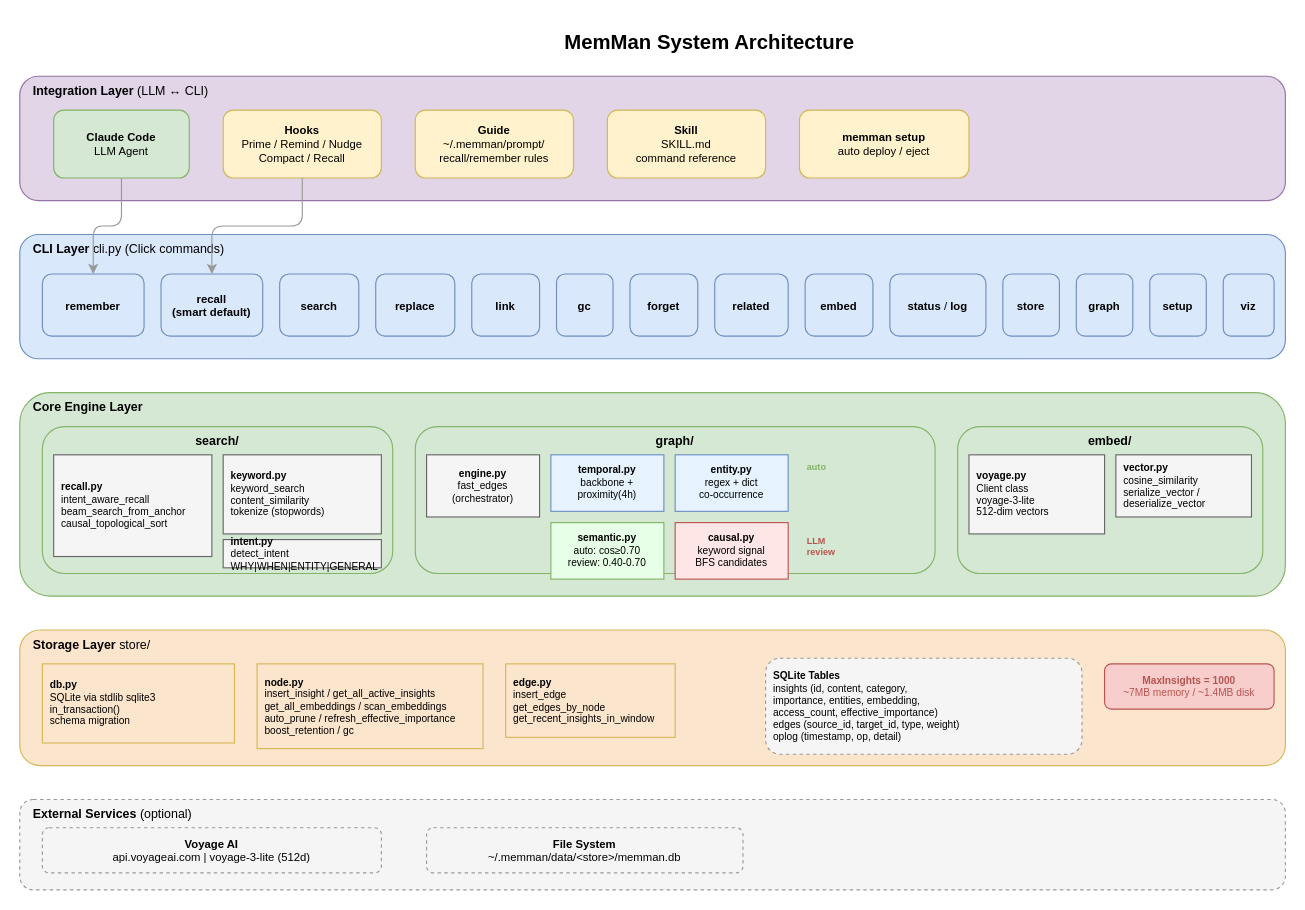
Before: docs/diagrams/01-system-architecture.drawio in bissli/memman, a draw.io diagram. Source tidied: cells renumbered, new cells numbered last; positions are measured from the earlier drawing's top-left corner, leaving out a move shared by most shapes. Both pictures are drawn from the tidied source at 113%, with x=0, y=0 at pixel (19, 19).
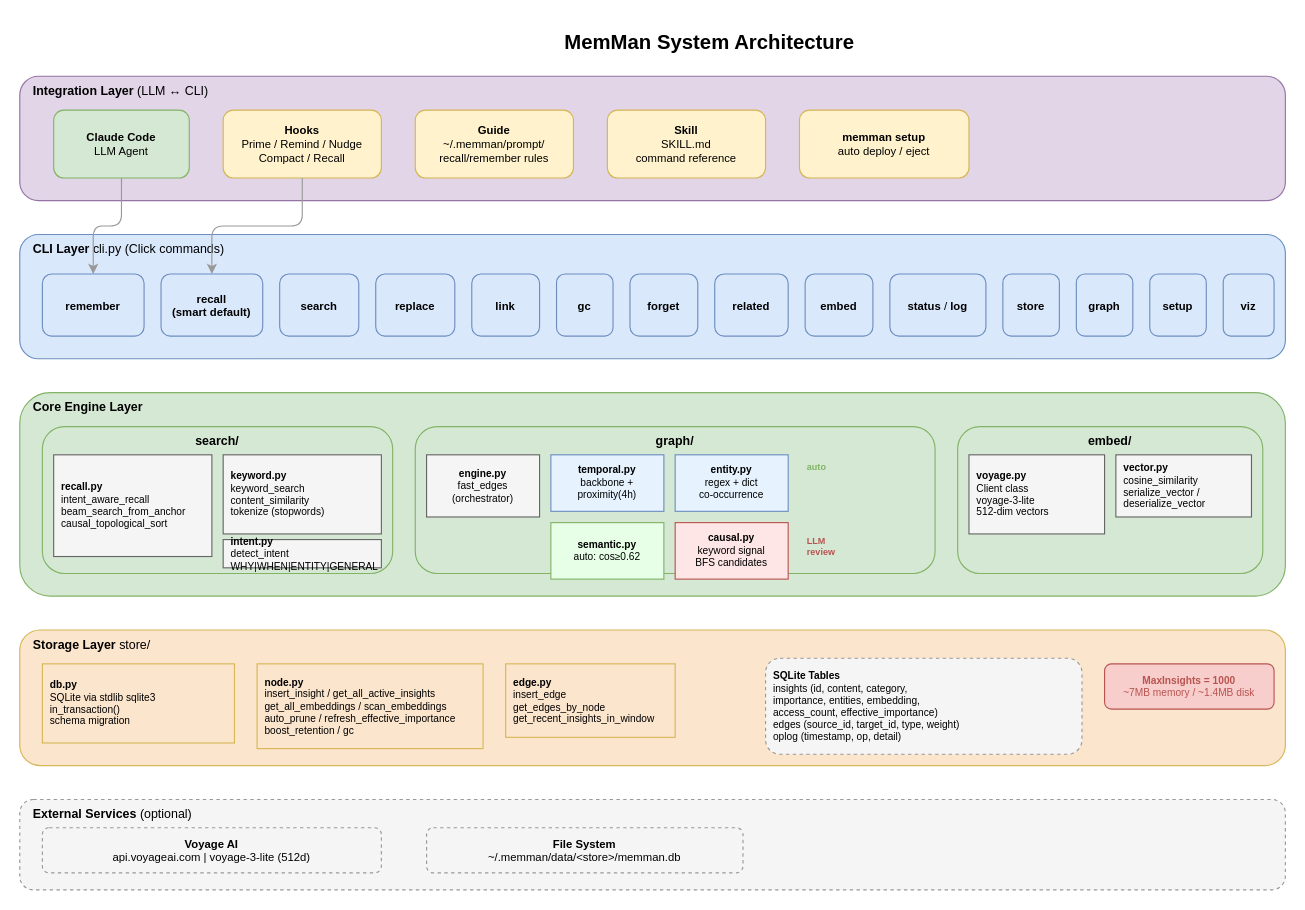
The same page after the edit.

What changed in the source:
```diff
@@
-    <mxCell id="33" value="&lt;b&gt;semantic.py&lt;/b&gt;&lt;br&gt;auto: cos≥0.70&lt;br&gt;review: 0.40-0.70" style="rounded=0;whiteSpace=wrap;html=1;fontSize=9;fillColor=#E6FFE6;strokeColor=#82b366;" parent="1" vertex="1">
+    <mxCell id="33" value="&lt;b&gt;semantic.py&lt;/b&gt;&lt;br&gt;auto: cos≥0.62" style="rounded=0;whiteSpace=wrap;html=1;fontSize=9;fillColor=#E6FFE6;strokeColor=#82b366;" parent="1" vertex="1">
       <mxGeometry x="470" y="445" width="100" height="50" as="geometry" />
     </mxCell>
```
